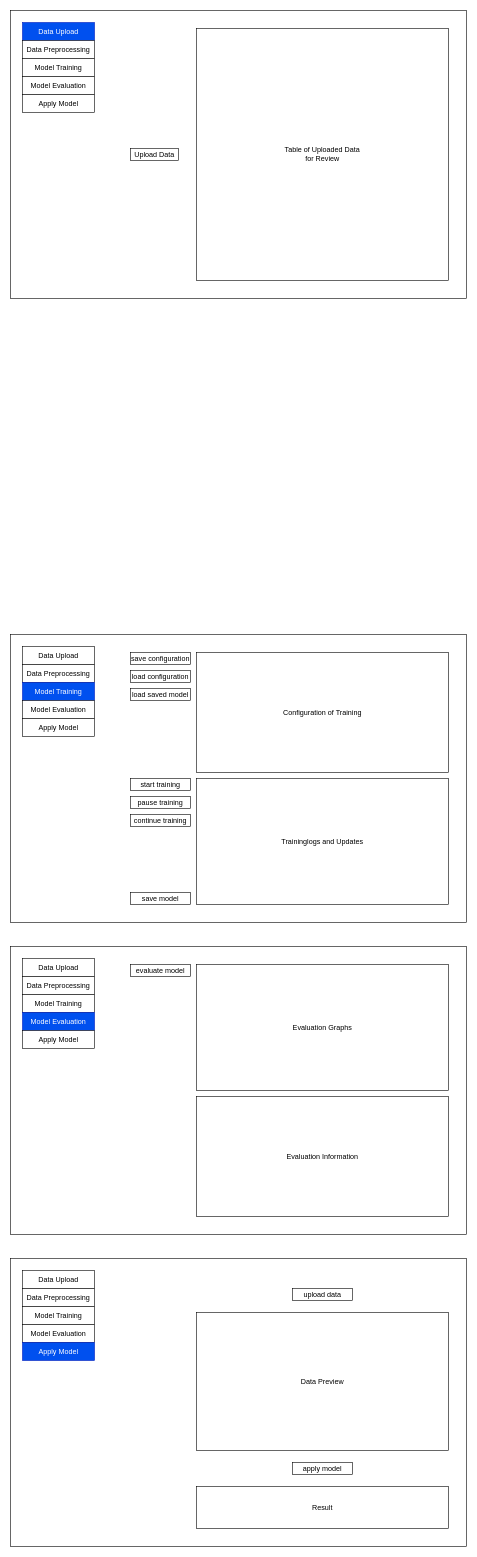
Earlier version of the draw.io diagram page "Data Upload" (1 of 5) of Wireframe_WE.drawio (Peetee06/tnyML). Source tidied: cells renumbered, new cells numbered last; positions are measured from the earlier drawing's top-left corner, leaving out a move shared by most shapes. Both pictures are drawn from the tidied source at 60%, with x=0, y=0 at pixel (10, 10).
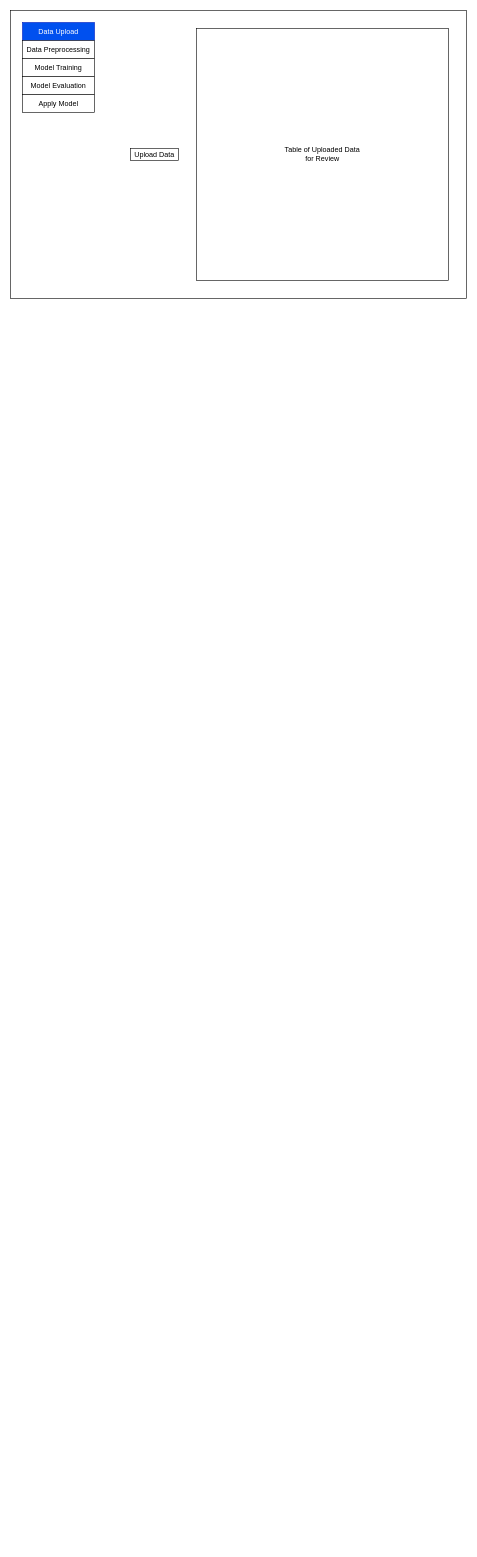
After the change.

Diff of the diagram source:
```diff
@@
-    <mxCell id="3" style="rounded=0;whiteSpace=wrap;html=1;" parent="1" vertex="1">
-      <mxGeometry y="1040" width="760" height="480" as="geometry" />
-    </mxCell>
-    <mxCell id="4" style="rounded=0;whiteSpace=wrap;html=1;" parent="1" vertex="1">
-      <mxGeometry y="1560" width="760" height="480" as="geometry" />
-    </mxCell>
@@
-    <mxCell id="13" style="group;" parent="1" vertex="1">
-      <mxGeometry x="20" y="1060" width="120" height="150" as="geometry" />
-    </mxCell>
-    <mxCell id="14" value="Data Upload" style="rounded=0;whiteSpace=wrap;html=1;" parent="13" vertex="1">
-      <mxGeometry width="120" height="30" as="geometry" />
-    </mxCell>
-    <mxCell id="15" value="Data Preprocessing" style="rounded=0;whiteSpace=wrap;html=1;" parent="13" vertex="1">
-      <mxGeometry y="30" width="120" height="30" as="geometry" />
-    </mxCell>
-    <mxCell id="16" value="Model Training" style="rounded=0;whiteSpace=wrap;html=1;fillColor=#0050ef;fontColor=#ffffff;strokeColor=#001DBC;" parent="13" vertex="1">
-      <mxGeometry y="60" width="120" height="30" as="geometry" />
-    </mxCell>
-    <mxCell id="17" value="Model Evaluation" style="rounded=0;whiteSpace=wrap;html=1;" parent="13" vertex="1">
-      <mxGeometry y="90" width="120" height="30" as="geometry" />
-    </mxCell>
-    <mxCell id="18" value="Apply Model" style="rounded=0;whiteSpace=wrap;html=1;" parent="13" vertex="1">
-      <mxGeometry y="120" width="120" height="30" as="geometry" />
-    </mxCell>
-    <mxCell id="19" style="group;" parent="1" vertex="1">
-      <mxGeometry x="20" y="1580" width="120" height="150" as="geometry" />
-    </mxCell>
-    <mxCell id="20" value="Data Upload" style="rounded=0;whiteSpace=wrap;html=1;" parent="19" vertex="1">
-      <mxGeometry width="120" height="30" as="geometry" />
-    </mxCell>
-    <mxCell id="21" value="Data Preprocessing" style="rounded=0;whiteSpace=wrap;html=1;" parent="19" vertex="1">
-      <mxGeometry y="30" width="120" height="30" as="geometry" />
-    </mxCell>
-    <mxCell id="22" value="Model Training" style="rounded=0;whiteSpace=wrap;html=1;" parent="19" vertex="1">
-      <mxGeometry y="60" width="120" height="30" as="geometry" />
-    </mxCell>
-    <mxCell id="23" value="Model Evaluation" style="rounded=0;whiteSpace=wrap;html=1;fillColor=#0050ef;fontColor=#ffffff;strokeColor=#001DBC;" parent="19" vertex="1">
-      <mxGeometry y="90" width="120" height="30" as="geometry" />
-    </mxCell>
-    <mxCell id="24" value="Apply Model" style="rounded=0;whiteSpace=wrap;html=1;" parent="19" vertex="1">
-      <mxGeometry y="120" width="120" height="30" as="geometry" />
-    </mxCell>
-    <mxCell id="25" style="rounded=0;whiteSpace=wrap;html=1;" parent="1" vertex="1">
-      <mxGeometry y="2080" width="760" height="480" as="geometry" />
-    </mxCell>
-    <mxCell id="26" style="group;" parent="1" vertex="1">
-      <mxGeometry x="20" y="2100" width="120" height="150" as="geometry" />
-    </mxCell>
-    <mxCell id="27" value="Data Upload" style="rounded=0;whiteSpace=wrap;html=1;" parent="26" vertex="1">
-      <mxGeometry width="120" height="30" as="geometry" />
-    </mxCell>
-    <mxCell id="28" value="Data Preprocessing" style="rounded=0;whiteSpace=wrap;html=1;" parent="26" vertex="1">
-      <mxGeometry y="30" width="120" height="30" as="geometry" />
-    </mxCell>
-    <mxCell id="29" value="Model Training" style="rounded=0;whiteSpace=wrap;html=1;" parent="26" vertex="1">
-      <mxGeometry y="60" width="120" height="30" as="geometry" />
-    </mxCell>
-    <mxCell id="30" value="Model Evaluation" style="rounded=0;whiteSpace=wrap;html=1;" parent="26" vertex="1">
-      <mxGeometry y="90" width="120" height="30" as="geometry" />
-    </mxCell>
-    <mxCell id="31" value="Apply Model" style="rounded=0;whiteSpace=wrap;html=1;fillColor=#0050ef;fontColor=#ffffff;strokeColor=#001DBC;" parent="26" vertex="1">
-      <mxGeometry y="120" width="120" height="30" as="geometry" />
-    </mxCell>
-    <mxCell id="32" value="start training" style="rounded=0;whiteSpace=wrap;html=1;" parent="1" vertex="1">
-      <mxGeometry x="200" y="1280" width="100" height="20" as="geometry" />
-    </mxCell>
-    <mxCell id="33" value="Configuration of Training" style="rounded=0;whiteSpace=wrap;html=1;" parent="1" vertex="1">
-      <mxGeometry x="310" y="1070" width="420" height="200" as="geometry" />
-    </mxCell>
-    <mxCell id="34" value="Traininglogs and Updates" style="rounded=0;whiteSpace=wrap;html=1;" parent="1" vertex="1">
-      <mxGeometry x="310" y="1280" width="420" height="210" as="geometry" />
-    </mxCell>
-    <mxCell id="35" value="continue training" style="rounded=0;whiteSpace=wrap;html=1;" parent="1" vertex="1">
-      <mxGeometry x="200" y="1340" width="100" height="20" as="geometry" />
-    </mxCell>
-    <mxCell id="36" value="save model" style="rounded=0;whiteSpace=wrap;html=1;" parent="1" vertex="1">
-      <mxGeometry x="200" y="1470" width="100" height="20" as="geometry" />
-    </mxCell>
-    <mxCell id="37" value="load saved model" style="rounded=0;whiteSpace=wrap;html=1;" parent="1" vertex="1">
-      <mxGeometry x="200" y="1130" width="100" height="20" as="geometry" />
-    </mxCell>
-    <mxCell id="38" value="pause training" style="rounded=0;whiteSpace=wrap;html=1;" parent="1" vertex="1">
-      <mxGeometry x="200" y="1310" width="100" height="20" as="geometry" />
-    </mxCell>
-    <mxCell id="39" value="save configuration" style="rounded=0;whiteSpace=wrap;html=1;" parent="1" vertex="1">
-      <mxGeometry x="200" y="1070" width="100" height="20" as="geometry" />
-    </mxCell>
-    <mxCell id="40" value="load configuration" style="rounded=0;whiteSpace=wrap;html=1;" parent="1" vertex="1">
-      <mxGeometry x="200" y="1100" width="100" height="20" as="geometry" />
-    </mxCell>
-    <mxCell id="41" value="Evaluation Graphs" style="rounded=0;whiteSpace=wrap;html=1;" parent="1" vertex="1">
-      <mxGeometry x="310" y="1590" width="420" height="210" as="geometry" />
-    </mxCell>
-    <mxCell id="42" value="evaluate model" style="rounded=0;whiteSpace=wrap;html=1;" parent="1" vertex="1">
-      <mxGeometry x="200" y="1590" width="100" height="20" as="geometry" />
-    </mxCell>
-    <mxCell id="43" value="Evaluation Information" style="rounded=0;whiteSpace=wrap;html=1;" parent="1" vertex="1">
-      <mxGeometry x="310" y="1810" width="420" height="200" as="geometry" />
-    </mxCell>
-    <mxCell id="44" value="Data Preview" style="rounded=0;whiteSpace=wrap;html=1;" parent="1" vertex="1">
-      <mxGeometry x="310" y="2170" width="420" height="230" as="geometry" />
-    </mxCell>
-    <mxCell id="45" value="apply model" style="rounded=0;whiteSpace=wrap;html=1;" parent="1" vertex="1">
-      <mxGeometry x="470" y="2420" width="100" height="20" as="geometry" />
-    </mxCell>
-    <mxCell id="46" value="Result" style="rounded=0;whiteSpace=wrap;html=1;" parent="1" vertex="1">
-      <mxGeometry x="310" y="2460" width="420" height="70" as="geometry" />
-    </mxCell>
-    <mxCell id="47" value="upload data" style="rounded=0;whiteSpace=wrap;html=1;" parent="1" vertex="1">
-      <mxGeometry x="470" y="2130" width="100" height="20" as="geometry" />
-    </mxCell>
```
